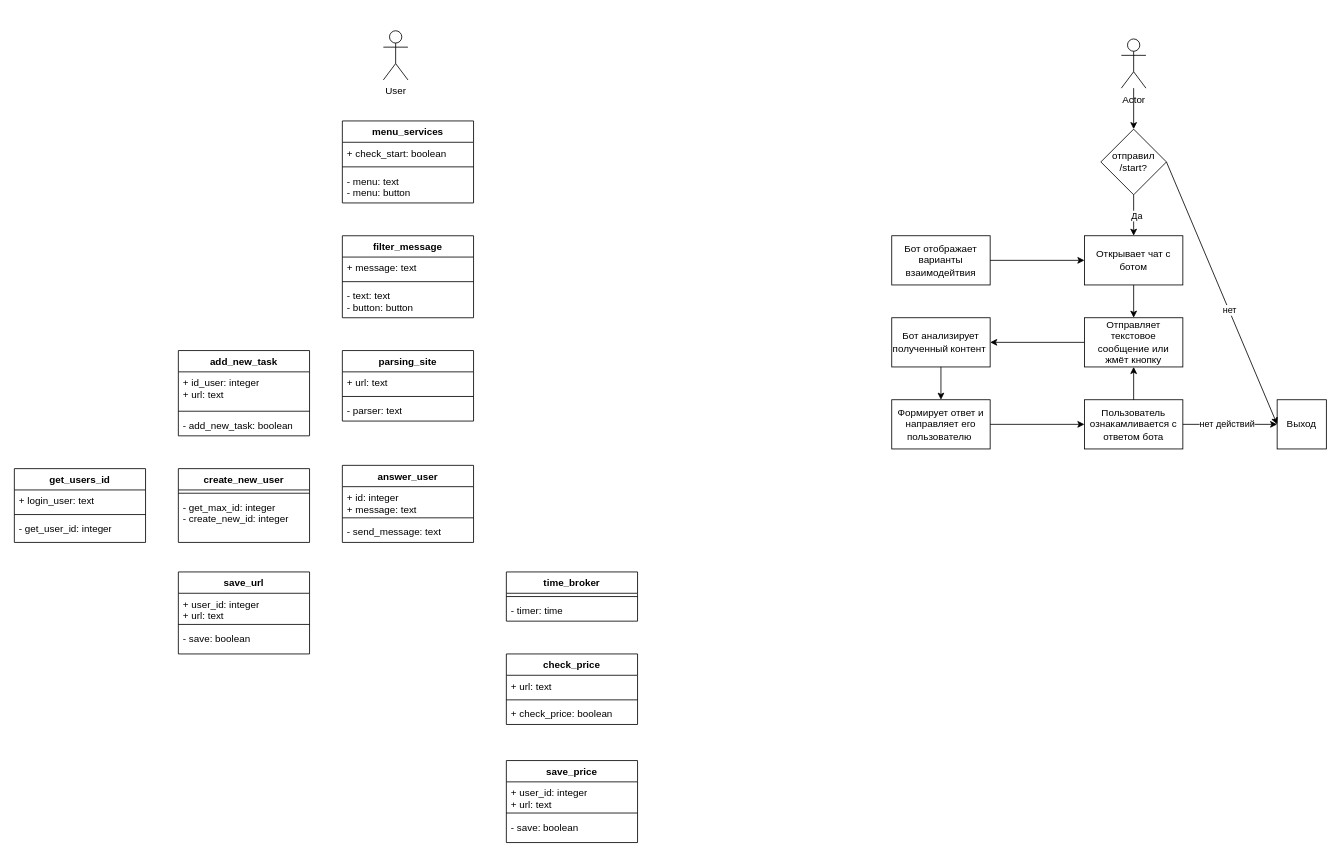
Before: UML_Telegram_001.drawio in Arnoldig/Coursemc_final_work, a draw.io diagram. Source tidied: cells renumbered, new cells numbered last; positions are measured from the earlier drawing's top-left corner, leaving out a move shared by most shapes. Both pictures are drawn from the tidied source at 82%, with x=0, y=0 at pixel (14, 30).
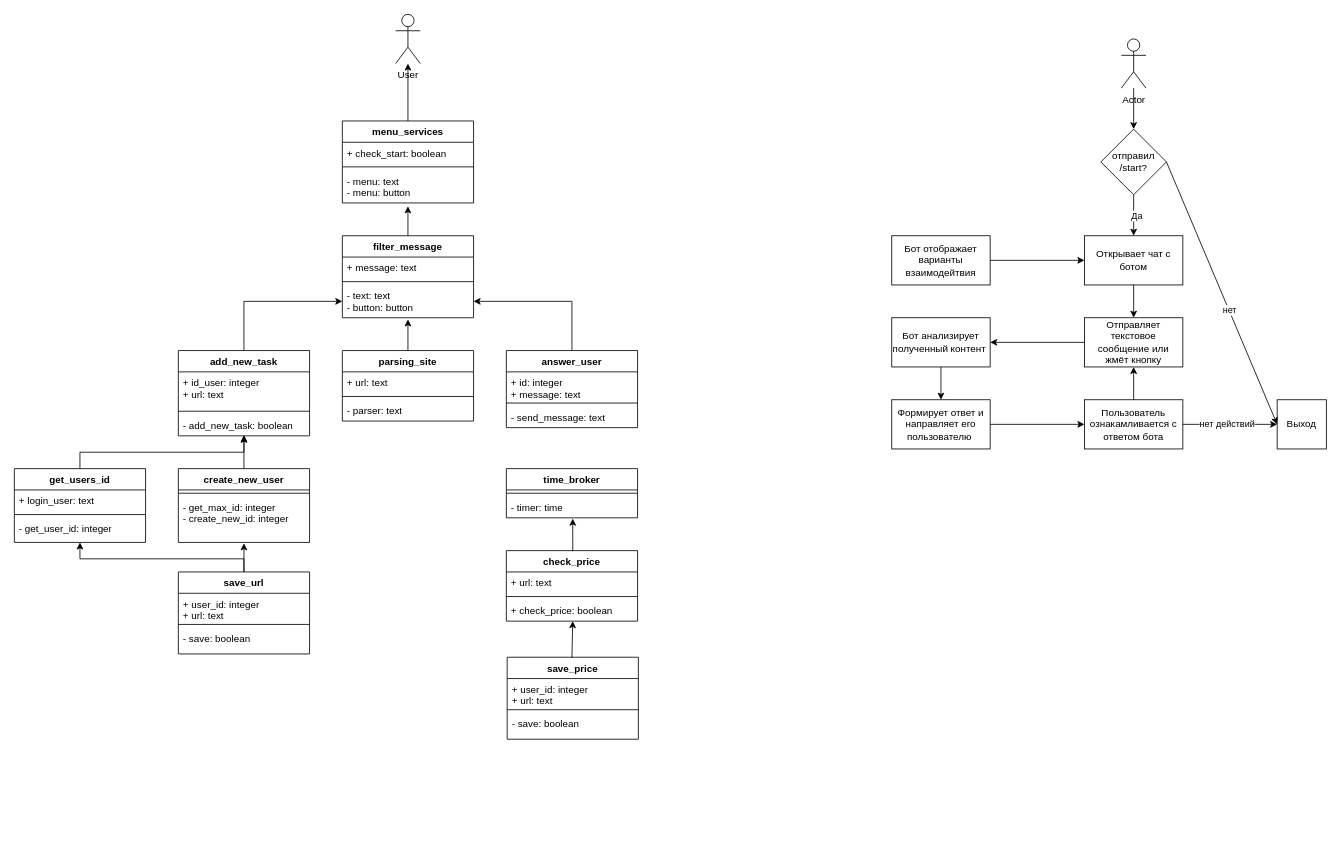
The same diagram, later.

Unchanged cells that the change refers to:
```xml
<mxCell id="24" value="filter_message" style="swimlane;fontStyle=1;align=center;verticalAlign=top;horizontal=1;startSize=26;whiteSpace=wrap;html=1;" parent="1" vertex="1">
  <mxGeometry x="400" y="250" width="160" height="100" as="geometry" />
</mxCell>
<mxCell id="27" value="- text: text&lt;br&gt;- button: button" style="text;strokeColor=none;fillColor=none;align=left;verticalAlign=top;spacingLeft=4;spacingRight=4;overflow=hidden;points=[[0,0.5],[1,0.5]];portConstraint=eastwest;whiteSpace=wrap;html=1;" parent="24" vertex="1">
  <mxGeometry y="60" width="160" height="40" as="geometry" />
</mxCell>
<mxCell id="29" value="menu_services" style="swimlane;fontStyle=1;align=center;verticalAlign=top;horizontal=1;startSize=26;whiteSpace=wrap;html=1;" parent="1" vertex="1">
  <mxGeometry x="400" y="110" width="160" height="100" as="geometry" />
</mxCell>
<mxCell id="32" value="- menu: text&lt;br&gt;- menu: button" style="text;strokeColor=none;fillColor=none;align=left;verticalAlign=top;spacingLeft=4;spacingRight=4;overflow=hidden;points=[[0,0.5],[1,0.5]];portConstraint=eastwest;whiteSpace=wrap;html=1;" parent="29" vertex="1">
  <mxGeometry y="60" width="160" height="40" as="geometry" />
</mxCell>
<mxCell id="33" value="parsing_site" style="swimlane;fontStyle=1;align=center;verticalAlign=top;horizontal=1;startSize=26;whiteSpace=wrap;html=1;" parent="1" vertex="1">
  <mxGeometry x="400" y="390" width="160" height="86" as="geometry" />
</mxCell>
<mxCell id="37" value="save_url" style="swimlane;fontStyle=1;align=center;verticalAlign=top;horizontal=1;startSize=26;whiteSpace=wrap;html=1;" parent="1" vertex="1">
  <mxGeometry x="200" y="660" width="160" height="100" as="geometry" />
</mxCell>
<mxCell id="41" value="create_new_user" style="swimlane;fontStyle=1;align=center;verticalAlign=top;horizontal=1;startSize=26;whiteSpace=wrap;html=1;" parent="1" vertex="1">
  <mxGeometry x="200" y="534" width="160" height="90" as="geometry" />
</mxCell>
<mxCell id="43" value="- get_max_id: integer&lt;br&gt;- create_new_id: integer" style="text;strokeColor=none;fillColor=none;align=left;verticalAlign=top;spacingLeft=4;spacingRight=4;overflow=hidden;points=[[0,0.5],[1,0.5]];portConstraint=eastwest;whiteSpace=wrap;html=1;" parent="41" vertex="1">
  <mxGeometry y="34" width="160" height="56" as="geometry" />
</mxCell>
<mxCell id="44" value="get_users_id" style="swimlane;fontStyle=1;align=center;verticalAlign=top;horizontal=1;startSize=26;whiteSpace=wrap;html=1;" parent="1" vertex="1">
  <mxGeometry y="534" width="160" height="90" as="geometry" />
</mxCell>
<mxCell id="47" value="- get_user_id: integer" style="text;strokeColor=none;fillColor=none;align=left;verticalAlign=top;spacingLeft=4;spacingRight=4;overflow=hidden;points=[[0,0.5],[1,0.5]];portConstraint=eastwest;whiteSpace=wrap;html=1;" parent="44" vertex="1">
  <mxGeometry y="60" width="160" height="30" as="geometry" />
</mxCell>
<mxCell id="51" value="+ check_price: boolean" style="text;strokeColor=none;fillColor=none;align=left;verticalAlign=top;spacingLeft=4;spacingRight=4;overflow=hidden;points=[[0,0.5],[1,0.5]];portConstraint=eastwest;whiteSpace=wrap;html=1;" parent="48" vertex="1">
  <mxGeometry y="60" width="160" height="26" as="geometry" />
</mxCell>
<mxCell id="58" value="- timer: time&lt;br&gt;" style="text;strokeColor=none;fillColor=none;align=left;verticalAlign=top;spacingLeft=4;spacingRight=4;overflow=hidden;points=[[0,0.5],[1,0.5]];portConstraint=eastwest;whiteSpace=wrap;html=1;" parent="56" vertex="1">
  <mxGeometry y="34" width="160" height="26" as="geometry" />
</mxCell>
<mxCell id="59" value="add_new_task" style="swimlane;fontStyle=1;align=center;verticalAlign=top;horizontal=1;startSize=26;whiteSpace=wrap;html=1;" parent="1" vertex="1">
  <mxGeometry x="200" y="390" width="160" height="104" as="geometry" />
</mxCell>
<mxCell id="62" value="- add_new_task: boolean" style="text;strokeColor=none;fillColor=none;align=left;verticalAlign=top;spacingLeft=4;spacingRight=4;overflow=hidden;points=[[0,0.5],[1,0.5]];portConstraint=eastwest;whiteSpace=wrap;html=1;" parent="59" vertex="1">
  <mxGeometry y="78" width="160" height="26" as="geometry" />
</mxCell>
```

What changed in the source:
```diff
@@
     <mxCell id="28" value="User" style="shape=umlActor;verticalLabelPosition=bottom;verticalAlign=top;html=1;" parent="1" vertex="1">
-      <mxGeometry x="450" width="30" height="60" as="geometry" />
+      <mxGeometry x="465" y="-20" width="30" height="60" as="geometry" />
     </mxCell>
+    <mxCell id="67" style="edgeStyle=orthogonalEdgeStyle;rounded=0;jettySize=auto;html=1;exitX=0.5;exitY=0;exitDx=0;exitDy=0;" parent="1" edge="1" source="29" target="28">
+      <mxGeometry relative="1" as="geometry" />
+    </mxCell>
@@
     <mxCell id="48" value="check_price" style="swimlane;fontStyle=1;align=center;verticalAlign=top;horizontal=1;startSize=26;whiteSpace=wrap;html=1;" parent="1" vertex="1">
-      <mxGeometry x="600" y="760" width="160" height="86" as="geometry" />
+      <mxGeometry x="600" y="634" width="160" height="86" as="geometry" />
     </mxCell>
@@
+    <mxCell id="68" style="edgeStyle=orthogonalEdgeStyle;rounded=0;jettySize=auto;html=1;exitX=0.5;exitY=0;exitDx=0;exitDy=0;entryX=1;entryY=0.5;entryDx=0;entryDy=0;" parent="1" edge="1" source="52" target="27">
+      <mxGeometry relative="1" as="geometry" />
+    </mxCell>
     <mxCell id="52" value="answer_user" style="swimlane;fontStyle=1;align=center;verticalAlign=top;horizontal=1;startSize=26;whiteSpace=wrap;html=1;" parent="1" vertex="1">
-      <mxGeometry x="400" y="530" width="160" height="94" as="geometry" />
+      <mxGeometry x="600" y="390" width="160" height="94" as="geometry" />
     </mxCell>
@@
     <mxCell id="56" value="time_broker" style="swimlane;fontStyle=1;align=center;verticalAlign=top;horizontal=1;startSize=26;whiteSpace=wrap;html=1;" parent="1" vertex="1">
-      <mxGeometry x="600" y="660" width="160" height="60" as="geometry" />
+      <mxGeometry x="600" y="534" width="160" height="60" as="geometry" />
     </mxCell>
@@
+    <mxCell id="69" style="edgeStyle=orthogonalEdgeStyle;rounded=0;jettySize=auto;html=1;exitX=0.5;exitY=0;exitDx=0;exitDy=0;entryX=0;entryY=0.5;entryDx=0;entryDy=0;" parent="1" edge="1" source="59" target="27">
+      <mxGeometry relative="1" as="geometry" />
+    </mxCell>
@@
     <mxCell id="63" value="save_price" style="swimlane;fontStyle=1;align=center;verticalAlign=top;horizontal=1;startSize=26;whiteSpace=wrap;html=1;" parent="1" vertex="1">
-      <mxGeometry x="600" y="890" width="160" height="100" as="geometry" />
+      <mxGeometry x="601" y="764" width="160" height="100" as="geometry" />
     </mxCell>
@@
+    <mxCell id="70" style="edgeStyle=orthogonalEdgeStyle;rounded=0;jettySize=auto;html=1;exitX=0.5;exitY=0;exitDx=0;exitDy=0;entryX=0.506;entryY=1.038;entryDx=0;entryDy=0;entryPerimeter=0;" parent="1" edge="1" source="48" target="58">
+      <mxGeometry relative="1" as="geometry" />
+    </mxCell>
+    <mxCell id="71" style="edgeStyle=orthogonalEdgeStyle;rounded=0;jettySize=auto;html=1;exitX=0.5;exitY=0;exitDx=0;exitDy=0;entryX=0.506;entryY=1;entryDx=0;entryDy=0;entryPerimeter=0;" parent="1" edge="1" source="63" target="51">
+      <mxGeometry relative="1" as="geometry">
+        <Array as="points">
+          <mxPoint x="680" y="764" />
+        </Array>
+      </mxGeometry>
+    </mxCell>
+    <mxCell id="72" style="edgeStyle=orthogonalEdgeStyle;rounded=0;jettySize=auto;html=1;exitX=0.5;exitY=0;exitDx=0;exitDy=0;entryX=0.5;entryY=1.1;entryDx=0;entryDy=0;entryPerimeter=0;" parent="1" edge="1" source="24" target="32">
+      <mxGeometry relative="1" as="geometry" />
+    </mxCell>
+    <mxCell id="73" style="edgeStyle=orthogonalEdgeStyle;rounded=0;jettySize=auto;html=1;exitX=0.5;exitY=0;exitDx=0;exitDy=0;entryX=0.5;entryY=1.05;entryDx=0;entryDy=0;entryPerimeter=0;" parent="1" edge="1" source="33" target="27">
+      <mxGeometry relative="1" as="geometry" />
+    </mxCell>
+    <mxCell id="74" style="edgeStyle=orthogonalEdgeStyle;rounded=0;jettySize=auto;html=1;exitX=0.5;exitY=0;exitDx=0;exitDy=0;entryX=0.5;entryY=1;entryDx=0;entryDy=0;entryPerimeter=0;" parent="1" edge="1" source="41" target="62">
+      <mxGeometry relative="1" as="geometry" />
+    </mxCell>
+    <mxCell id="75" style="edgeStyle=orthogonalEdgeStyle;rounded=0;jettySize=auto;html=1;exitX=0.5;exitY=0;exitDx=0;exitDy=0;entryX=0.5;entryY=0.962;entryDx=0;entryDy=0;entryPerimeter=0;" parent="1" edge="1" source="44" target="62">
+      <mxGeometry relative="1" as="geometry" />
+    </mxCell>
+    <mxCell id="76" style="edgeStyle=orthogonalEdgeStyle;rounded=0;jettySize=auto;html=1;exitX=0.5;exitY=0;exitDx=0;exitDy=0;entryX=0.5;entryY=1.018;entryDx=0;entryDy=0;entryPerimeter=0;" parent="1" edge="1" source="37" target="43">
+      <mxGeometry relative="1" as="geometry" />
+    </mxCell>
+    <mxCell id="77" style="edgeStyle=orthogonalEdgeStyle;rounded=0;jettySize=auto;html=1;exitX=0.5;exitY=0;exitDx=0;exitDy=0;entryX=0.5;entryY=1;entryDx=0;entryDy=0;entryPerimeter=0;" parent="1" edge="1" source="37" target="47">
+      <mxGeometry relative="1" as="geometry">
+        <Array as="points">
+          <mxPoint x="280" y="644" />
+          <mxPoint x="80" y="644" />
+        </Array>
+      </mxGeometry>
+    </mxCell>
```
